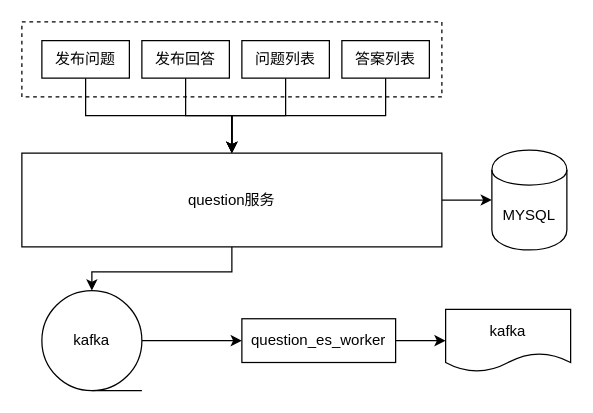
ibinarytree/mercury keeps this draw.io diagram as page "系统架构图" (1 of 3) of docs/image/question_arch.drawio. Above is the earlier version. Source tidied: cells renumbered, new cells numbered last; positions are measured from the earlier drawing's top-left corner, leaving out a move shared by most shapes. Both pictures are drawn from the tidied source at 125%, with x=0, y=0 at pixel (21, 21).
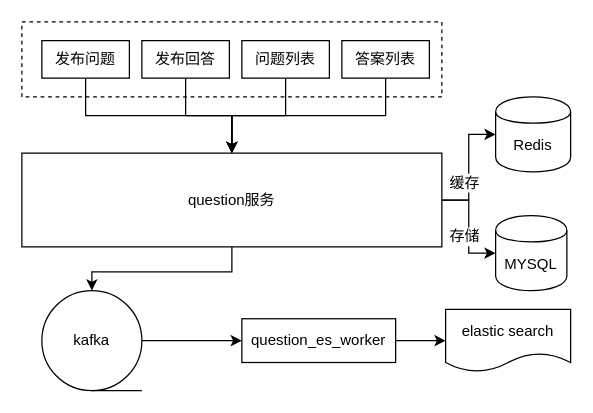
Above is the later version.

The change refers to these unchanged cells:
```xml
<mxCell id="11" style="edgeStyle=orthogonalEdgeStyle;rounded=0;jettySize=auto;html=1;" parent="1" edge="1" source="13" target="14">
  <mxGeometry relative="1" as="geometry" />
</mxCell>
<mxCell id="13" value="question服务" style="rounded=0;whiteSpace=wrap;html=1;" parent="1" vertex="1">
  <mxGeometry y="105" width="336" height="75" as="geometry" />
</mxCell>
```

The edit, as a diff of the source:
```diff
@@
+    <mxCell id="20" value="存储" style="text;html=1;align=center;verticalAlign=middle;labelBackgroundColor=#ffffff;" parent="11" vertex="1">
+      <mxGeometry x="0.18" y="-4" relative="1" as="geometry" />
+    </mxCell>
@@
+    <mxCell id="21" style="edgeStyle=orthogonalEdgeStyle;rounded=0;jettySize=auto;html=1;" parent="1" edge="1" source="13" target="23">
+      <mxGeometry relative="1" as="geometry" />
+    </mxCell>
+    <mxCell id="22" value="缓存" style="text;html=1;align=center;verticalAlign=middle;labelBackgroundColor=#ffffff;" parent="21" vertex="1">
+      <mxGeometry x="-0.25" y="4" relative="1" as="geometry" />
+    </mxCell>
@@
     <mxCell id="14" value="MYSQL" style="shape=cylinder;whiteSpace=wrap;html=1;boundedLbl=1;backgroundOutline=1;" parent="1" vertex="1">
-      <mxGeometry x="376" y="102.5" width="60" height="80" as="geometry" />
+      <mxGeometry x="379" y="155" width="57" height="60" as="geometry" />
     </mxCell>
@@
-    <mxCell id="17" value="kafka" style="shape=document;whiteSpace=wrap;html=1;boundedLbl=1;" parent="1" vertex="1">
+    <mxCell id="17" value="elastic search" style="shape=document;whiteSpace=wrap;html=1;boundedLbl=1;" parent="1" vertex="1">
       <mxGeometry x="339" y="230" width="100" height="50" as="geometry" />
     </mxCell>
@@
+    <mxCell id="23" value="Redis" style="shape=cylinder;whiteSpace=wrap;html=1;boundedLbl=1;backgroundOutline=1;" parent="1" vertex="1">
+      <mxGeometry x="379" y="60" width="60" height="60" as="geometry" />
+    </mxCell>
```
